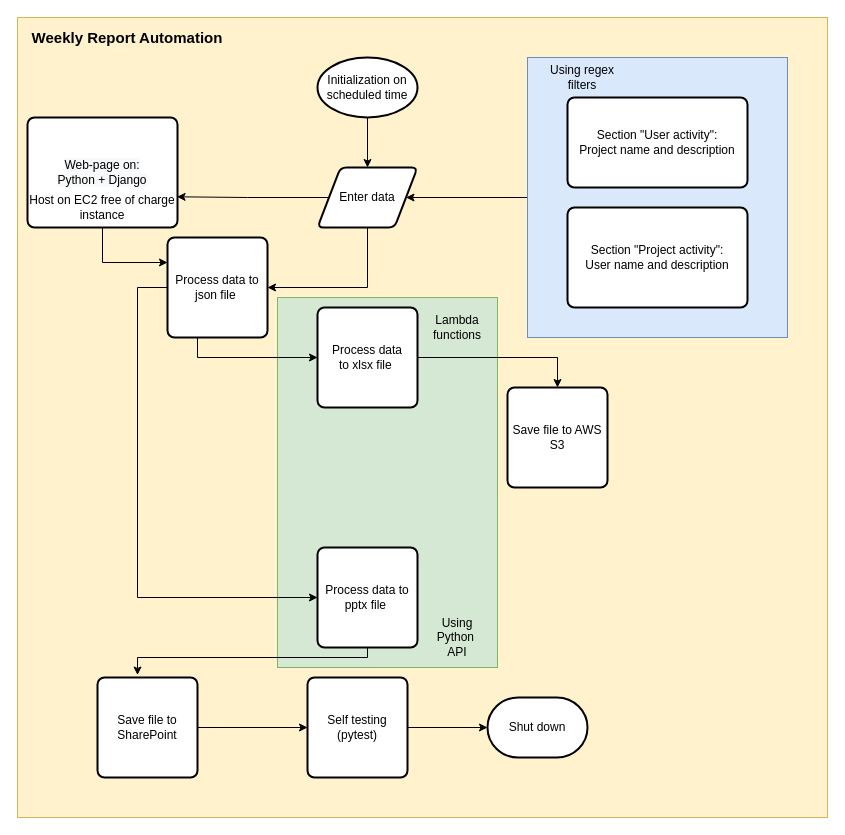
Above: auto-reporter/auto-reporter.drawio in IcyAltair/Pet-projects (draw.io), before the change. Source tidied: cells renumbered, new cells numbered last; positions are measured from the earlier drawing's top-left corner, leaving out a move shared by most shapes. Both pictures are drawn from the tidied source at 100%, with x=0, y=0 at pixel (17, 17).
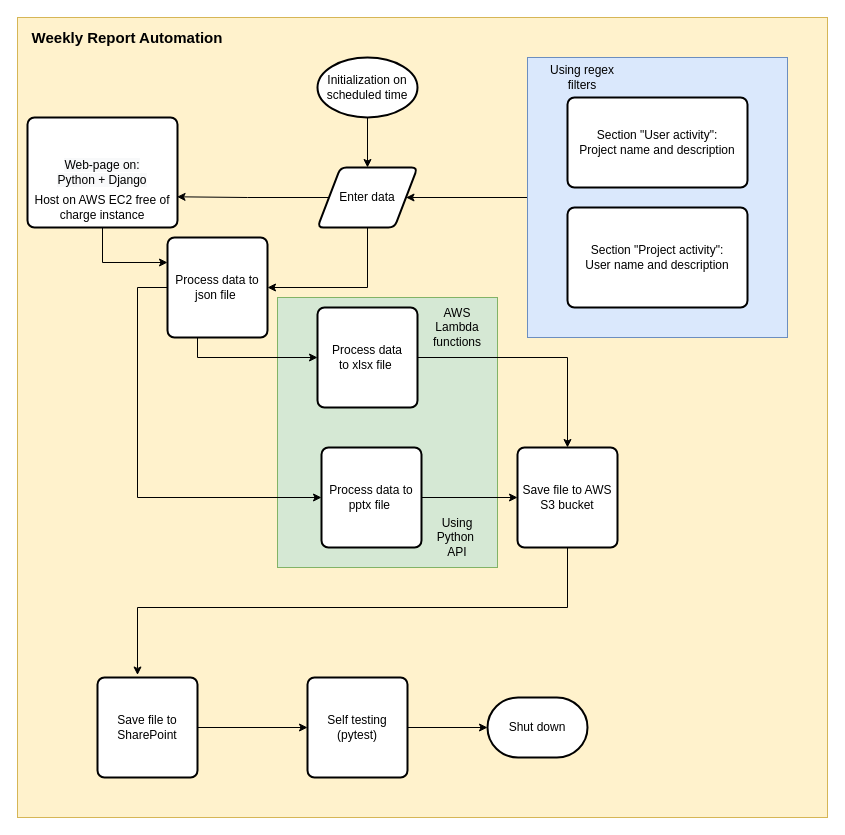
The same page after the edit.

Unchanged cells that the change refers to:
```xml
<mxCell id="17" value="Save file to SharePoint" style="rounded=1;whiteSpace=wrap;html=1;absoluteArcSize=1;arcSize=14;strokeWidth=2;" parent="1" vertex="1">
  <mxGeometry x="80" y="660" width="100" height="100" as="geometry" />
</mxCell>
<mxCell id="28" value="Process data to json file&amp;nbsp;" style="rounded=1;whiteSpace=wrap;html=1;absoluteArcSize=1;arcSize=14;strokeWidth=2;" parent="1" vertex="1">
  <mxGeometry x="150" y="220" width="100" height="100" as="geometry" />
</mxCell>
```

What changed in the source:
```diff
@@
     <mxCell id="3" style="rounded=0;whiteSpace=wrap;html=1;fillColor=#d5e8d4;strokeColor=#82b366;" parent="1" vertex="1">
-      <mxGeometry x="260" y="280" width="220" height="370" as="geometry" />
+      <mxGeometry x="260" y="280" width="220" height="270" as="geometry" />
     </mxCell>
@@
-    <mxCell id="13" style="edgeStyle=orthogonalEdgeStyle;rounded=0;jettySize=auto;html=1;entryX=0.4;entryY=-0.025;entryDx=0;entryDy=0;entryPerimeter=0;" parent="1" edge="1" source="14" target="17">
+    <mxCell id="13" style="edgeStyle=orthogonalEdgeStyle;rounded=0;jettySize=auto;html=1;entryX=0.4;entryY=-0.025;entryDx=0;entryDy=0;entryPerimeter=0;exitX=0.5;exitY=1;exitDx=0;exitDy=0;" parent="1" edge="1" source="15" target="17">
       <mxGeometry relative="1" as="geometry">
         <Array as="points">
-          <mxPoint x="350" y="640" />
-          <mxPoint x="120" y="640" />
+          <mxPoint x="550" y="590" />
+          <mxPoint x="120" y="590" />
         </Array>
       </mxGeometry>
     </mxCell>
     <mxCell id="14" value="&lt;span&gt;Process data to pptx file&amp;nbsp;&lt;/span&gt;" style="rounded=1;whiteSpace=wrap;html=1;absoluteArcSize=1;arcSize=14;strokeWidth=2;" parent="1" vertex="1">
-      <mxGeometry x="300" y="530" width="100" height="100" as="geometry" />
+      <mxGeometry x="304" y="430" width="100" height="100" as="geometry" />
     </mxCell>
-    <mxCell id="15" value="Save file to AWS S3" style="rounded=1;whiteSpace=wrap;html=1;absoluteArcSize=1;arcSize=14;strokeWidth=2;" parent="1" vertex="1">
-      <mxGeometry x="490" y="370" width="100" height="100" as="geometry" />
+    <mxCell id="15" value="Save file to AWS S3 bucket" style="rounded=1;whiteSpace=wrap;html=1;absoluteArcSize=1;arcSize=14;strokeWidth=2;" parent="1" vertex="1">
+      <mxGeometry x="500" y="430" width="100" height="100" as="geometry" />
     </mxCell>
@@
-    <mxCell id="27" style="edgeStyle=orthogonalEdgeStyle;rounded=0;jettySize=auto;html=1;" parent="1" edge="1" source="28" target="14">
+    <mxCell id="27" style="edgeStyle=orthogonalEdgeStyle;rounded=0;jettySize=auto;html=1;entryX=0;entryY=0.5;entryDx=0;entryDy=0;" parent="1" edge="1" source="28" target="14">
       <mxGeometry relative="1" as="geometry">
         <Array as="points">
           <mxPoint x="120" y="270" />
-          <mxPoint x="120" y="580" />
+          <mxPoint x="120" y="480" />
         </Array>
       </mxGeometry>
     </mxCell>
@@
     <mxCell id="29" value="Using Python&amp;nbsp; API" style="text;html=1;strokeColor=none;fillColor=none;align=center;verticalAlign=middle;whiteSpace=wrap;rounded=0;" parent="1" vertex="1">
-      <mxGeometry x="410" y="610" width="60" height="20" as="geometry" />
+      <mxGeometry x="410" y="510" width="60" height="20" as="geometry" />
     </mxCell>
-    <mxCell id="30" value="Host on EC2 free of charge instance" style="text;html=1;strokeColor=none;fillColor=none;align=center;verticalAlign=middle;whiteSpace=wrap;rounded=0;" parent="1" vertex="1">
+    <mxCell id="30" value="Host on AWS EC2 free of charge instance" style="text;html=1;strokeColor=none;fillColor=none;align=center;verticalAlign=middle;whiteSpace=wrap;rounded=0;" parent="1" vertex="1">
       <mxGeometry x="10" y="180" width="150" height="20" as="geometry" />
     </mxCell>
-    <mxCell id="31" value="Lambda functions" style="text;html=1;strokeColor=none;fillColor=none;align=center;verticalAlign=middle;whiteSpace=wrap;rounded=0;" parent="1" vertex="1">
+    <mxCell id="31" value="AWS Lambda functions" style="text;html=1;strokeColor=none;fillColor=none;align=center;verticalAlign=middle;whiteSpace=wrap;rounded=0;" parent="1" vertex="1">
       <mxGeometry x="420" y="300" width="40" height="20" as="geometry" />
     </mxCell>
@@
+    <mxCell id="33" style="edgeStyle=orthogonalEdgeStyle;rounded=0;jettySize=auto;html=1;entryX=0;entryY=0.5;entryDx=0;entryDy=0;exitX=1;exitY=0.5;exitDx=0;exitDy=0;" parent="1" edge="1" source="14" target="15">
+      <mxGeometry relative="1" as="geometry" />
+    </mxCell>
```
